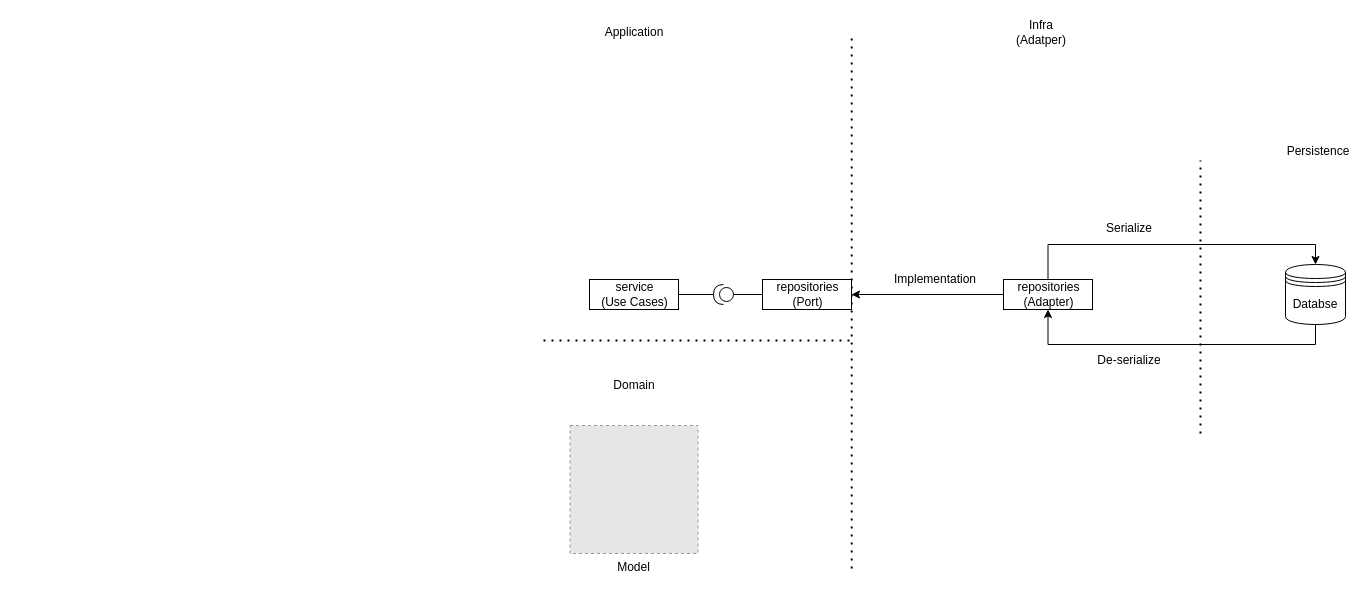
Earlier version of the draw.io diagram hex_arch.drawio (KokoiRuby/fastapi-tutorial). Source tidied: cells renumbered, new cells numbered last; positions are measured from the earlier drawing's top-left corner, leaving out a move shared by most shapes. Both pictures are drawn from the tidied source at 100%, with x=0, y=0 at pixel (543, 17). Pictures stored in the file or linked from it are replaced by grey dashed boxes.
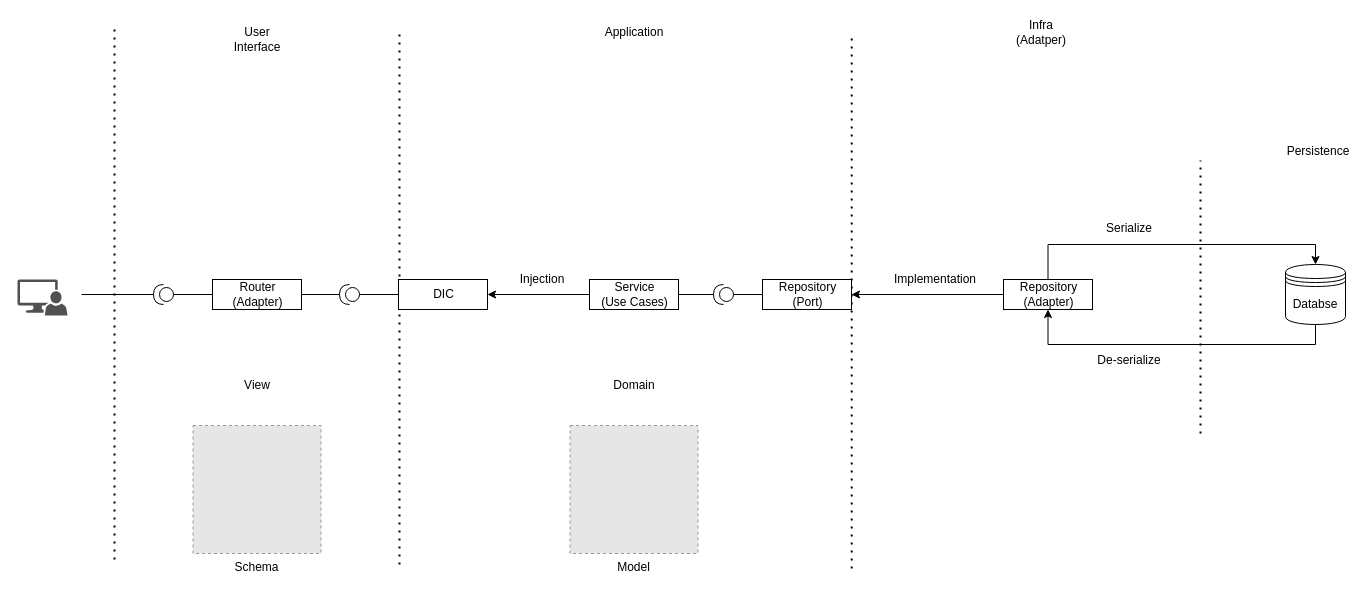
Above is the later version.

Commit message (it also covers changes not shown here):
05 hex arch mysql docker

Change to the diagram source:
```diff
@@
-    <mxCell id="9" value="repositories&lt;br&gt;(Adapter)" style="html=1;rounded=0;" parent="1" vertex="1">
+    <mxCell id="9" value="Repository&lt;br&gt;(Adapter)" style="html=1;rounded=0;" parent="1" vertex="1">
       <mxGeometry x="460" y="262" width="89" height="30" as="geometry" />
     </mxCell>
@@
-    <mxCell id="16" style="endArrow=none;dashed=1;html=1;dashPattern=1 3;strokeWidth=2;rounded=0;" parent="1" edge="1">
-      <mxGeometry relative="1" as="geometry">
-        <mxPoint y="323" as="sourcePoint" />
-        <mxPoint x="306" y="323" as="targetPoint" />
-      </mxGeometry>
-    </mxCell>
@@
-    <mxCell id="18" value="repositories&lt;br&gt;(Port)" style="html=1;rounded=0;" parent="1" vertex="1">
+    <mxCell id="18" value="Repository&lt;br&gt;(Port)" style="html=1;rounded=0;" parent="1" vertex="1">
       <mxGeometry x="219" y="262" width="89" height="30" as="geometry" />
     </mxCell>
@@
+    <mxCell id="23" style="edgeStyle=orthogonalEdgeStyle;rounded=0;jettySize=auto;html=1;entryX=1;entryY=0.5;entryDx=0;entryDy=0;" parent="1" edge="1" source="22" target="25">
+      <mxGeometry relative="1" as="geometry" />
+    </mxCell>
-    <mxCell id="22" value="service&lt;br&gt;(Use Cases)" style="html=1;rounded=0;" parent="1" vertex="1">
+    <mxCell id="22" value="Service&lt;br&gt;(Use Cases)" style="html=1;rounded=0;" parent="1" vertex="1">
       <mxGeometry x="46" y="262" width="89" height="30" as="geometry" />
     </mxCell>
+    <mxCell id="24" style="endArrow=none;dashed=1;html=1;dashPattern=1 3;strokeWidth=2;rounded=0;" parent="1" edge="1">
+      <mxGeometry relative="1" as="geometry">
+        <mxPoint x="-144" y="547" as="sourcePoint" />
+        <mxPoint x="-144" y="17" as="targetPoint" />
+      </mxGeometry>
+    </mxCell>
+    <mxCell id="25" value="DIC" style="html=1;rounded=0;" parent="1" vertex="1">
+      <mxGeometry x="-145" y="262" width="89" height="30" as="geometry" />
+    </mxCell>
+    <mxCell id="26" value="Injection" style="text;html=1;align=center;verticalAlign=middle;whiteSpace=wrap;rounded=0;" parent="1" vertex="1">
+      <mxGeometry x="-31" y="247" width="60" height="30" as="geometry" />
+    </mxCell>
+    <mxCell id="27" style="shape=providedRequiredInterface;html=1;verticalLabelPosition=bottom;sketch=0;rotation=-180;" parent="1" vertex="1">
+      <mxGeometry x="-204" y="267" width="20" height="20" as="geometry" />
+    </mxCell>
+    <mxCell id="28" style="edgeStyle=orthogonalEdgeStyle;rounded=0;jettySize=auto;html=1;entryX=0;entryY=0.5;entryDx=0;entryDy=0;entryPerimeter=0;endArrow=none;startFill=0;exitX=0;exitY=0.5;exitDx=0;exitDy=0;" parent="1" edge="1" source="25" target="27">
+      <mxGeometry relative="1" as="geometry" />
+    </mxCell>
+    <mxCell id="29" style="edgeStyle=orthogonalEdgeStyle;rounded=0;jettySize=auto;html=1;endArrow=none;startFill=0;entryX=1;entryY=0.5;entryDx=0;entryDy=0;exitX=1;exitY=0.5;exitDx=0;exitDy=0;exitPerimeter=0;" parent="1" edge="1" source="27" target="30">
+      <mxGeometry relative="1" as="geometry" />
+    </mxCell>
+    <mxCell id="30" value="Router&lt;br&gt;(Adapter)" style="html=1;rounded=0;" parent="1" vertex="1">
+      <mxGeometry x="-331" y="262" width="89" height="30" as="geometry" />
+    </mxCell>
+    <mxCell id="31" value="User Interface" style="text;html=1;align=center;verticalAlign=middle;whiteSpace=wrap;rounded=0;" parent="1" vertex="1">
+      <mxGeometry x="-316.5" y="7" width="60" height="30" as="geometry" />
+    </mxCell>
+    <mxCell id="32" value="Schema" style="fillColor=#E6E6E6;strokeColor=#999999;dashed=1;verticalLabelPosition=bottom;labelBackgroundColor=default;verticalAlign=top;" parent="1" vertex="1">
+      <mxGeometry x="-350.5" y="408" width="128" height="128" as="geometry" />
+    </mxCell>
+    <mxCell id="33" style="shape=providedRequiredInterface;html=1;verticalLabelPosition=bottom;sketch=0;rotation=-180;" parent="1" vertex="1">
+      <mxGeometry x="-390" y="267" width="20" height="20" as="geometry" />
+    </mxCell>
+    <mxCell id="34" style="edgeStyle=orthogonalEdgeStyle;rounded=0;jettySize=auto;html=1;entryX=0;entryY=0.5;entryDx=0;entryDy=0;entryPerimeter=0;endArrow=none;startFill=0;exitX=0;exitY=0.5;exitDx=0;exitDy=0;" parent="1" edge="1" target="33">
+      <mxGeometry relative="1" as="geometry">
+        <mxPoint x="-331" y="277" as="sourcePoint" />
+      </mxGeometry>
+    </mxCell>
+    <mxCell id="35" style="edgeStyle=orthogonalEdgeStyle;rounded=0;jettySize=auto;html=1;endArrow=none;startFill=0;exitX=1;exitY=0.5;exitDx=0;exitDy=0;exitPerimeter=0;" parent="1" edge="1" source="33">
+      <mxGeometry relative="1" as="geometry">
+        <mxPoint x="-462" y="277" as="targetPoint" />
+      </mxGeometry>
+    </mxCell>
+    <mxCell id="36" style="endArrow=none;dashed=1;html=1;dashPattern=1 3;strokeWidth=2;rounded=0;" parent="1" edge="1">
+      <mxGeometry relative="1" as="geometry">
+        <mxPoint x="-429" y="542" as="sourcePoint" />
+        <mxPoint x="-429" y="12" as="targetPoint" />
+      </mxGeometry>
+    </mxCell>
+    <mxCell id="37" style="sketch=0;shadow=0;dashed=0;html=1;strokeColor=none;labelPosition=center;verticalLabelPosition=bottom;verticalAlign=top;align=center;fillColor=#515151;shape=mxgraph.mscae.system_center.admin_console;" parent="1" vertex="1">
+      <mxGeometry x="-526" y="262" width="50" height="36" as="geometry" />
+    </mxCell>
+    <mxCell id="38" value="View" style="text;html=1;align=center;verticalAlign=middle;whiteSpace=wrap;rounded=0;" parent="1" vertex="1">
+      <mxGeometry x="-316.5" y="353" width="60" height="30" as="geometry" />
+    </mxCell>
```
